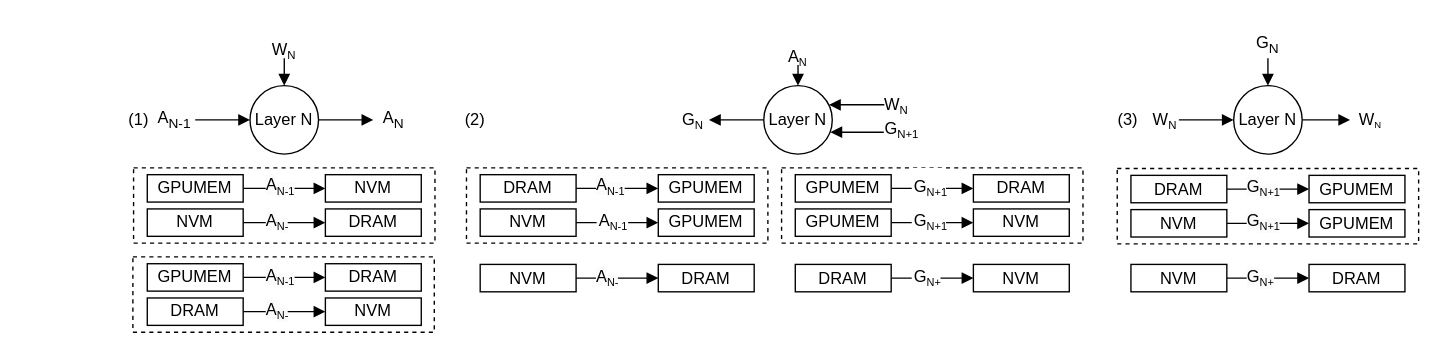
icszhr/NCheck keeps this draw.io diagram as fig/pipeline.drawio. Above is the earlier version. Source tidied: cells renumbered, new cells numbered last; positions are measured from the earlier drawing's top-left corner, leaving out a move shared by most shapes. Both pictures are drawn from the tidied source at 137%, with x=0, y=0 at pixel (97, 23).
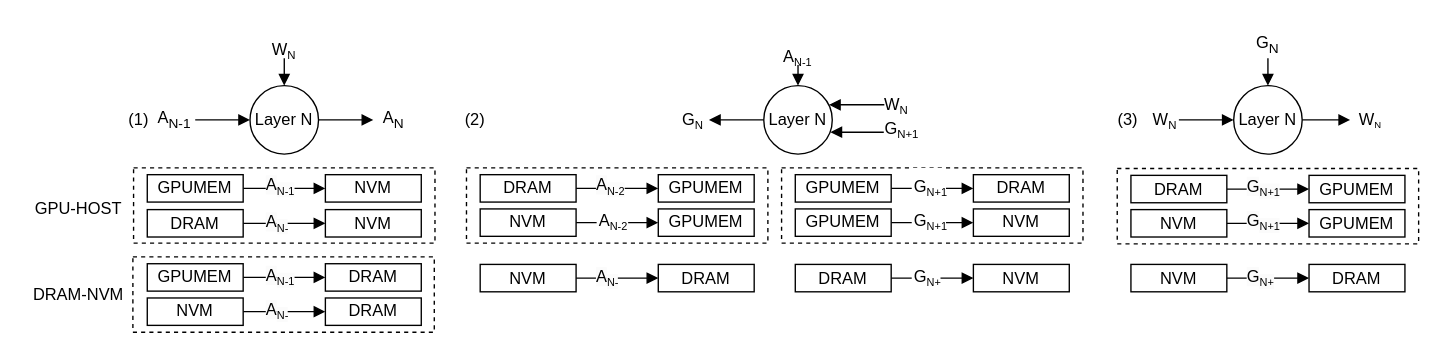
After the change.

Unchanged cells that the change refers to:
```xml
<mxCell id="50" style="group;" parent="1" vertex="1">
  <mxGeometry x="390" y="10" width="210" height="94" as="geometry" />
</mxCell>
```

What changed in the source:
```diff
@@
     <mxCell id="34" value="NVM" style="rounded=0;whiteSpace=wrap;html=1;" parent="1" vertex="1">
-      <mxGeometry x="36" y="135" width="70" height="20" as="geometry" />
+      <mxGeometry x="36" y="200" width="70" height="20" as="geometry" />
     </mxCell>
     <mxCell id="35" value="DRAM" style="rounded=0;whiteSpace=wrap;html=1;" parent="1" vertex="1">
-      <mxGeometry x="166" y="135" width="70" height="20" as="geometry" />
+      <mxGeometry x="166" y="200" width="70" height="20" as="geometry" />
     </mxCell>
@@
-    <mxCell id="39" value="&lt;div style=&quot;text-align: center;&quot;&gt;A&lt;sub&gt;&lt;font style=&quot;font-size: 8px;&quot;&gt;N-1&lt;/font&gt;&lt;/sub&gt;&lt;br&gt;&lt;/div&gt;" style="text;whiteSpace=wrap;html=1;fillColor=default;" parent="1" vertex="1">
+    <mxCell id="39" value="&lt;div style=&quot;text-align: center;&quot;&gt;A&lt;sub&gt;&lt;font style=&quot;font-size: 8px;&quot;&gt;N-2&lt;/font&gt;&lt;/sub&gt;&lt;br&gt;&lt;/div&gt;" style="text;whiteSpace=wrap;html=1;fillColor=default;" parent="1" vertex="1">
       <mxGeometry x="364" y="130" width="23" height="20" as="geometry" />
     </mxCell>
@@
     <mxCell id="42" value="DRAM" style="rounded=0;whiteSpace=wrap;html=1;" parent="1" vertex="1">
-      <mxGeometry x="36" y="200" width="70" height="20" as="geometry" />
+      <mxGeometry x="36" y="135.5" width="70" height="20" as="geometry" />
     </mxCell>
     <mxCell id="43" value="NVM" style="rounded=0;whiteSpace=wrap;html=1;" parent="1" vertex="1">
-      <mxGeometry x="166" y="200" width="70" height="20" as="geometry" />
+      <mxGeometry x="166" y="135.5" width="70" height="20" as="geometry" />
     </mxCell>
     <mxCell id="44" value="&lt;span style=&quot;color: rgb(0, 0, 0); font-family: Helvetica; font-size: 12px; font-style: normal; font-variant-ligatures: normal; font-variant-caps: normal; font-weight: 400; letter-spacing: normal; orphans: 2; text-align: center; text-indent: 0px; text-transform: none; widows: 2; word-spacing: 0px; -webkit-text-stroke-width: 0px; white-space: normal; background-color: rgb(251, 251, 251); text-decoration-thickness: initial; text-decoration-style: initial; text-decoration-color: initial; display: inline !important; float: none;&quot;&gt;A&lt;/span&gt;&lt;sub style=&quot;forced-color-adjust: none; color: rgb(0, 0, 0); font-family: Helvetica; font-style: normal; font-variant-ligatures: normal; font-variant-caps: normal; font-weight: 400; letter-spacing: normal; orphans: 2; text-align: center; text-indent: 0px; text-transform: none; widows: 2; word-spacing: 0px; -webkit-text-stroke-width: 0px; white-space: normal; background-color: rgb(251, 251, 251); text-decoration-thickness: initial; text-decoration-style: initial; text-decoration-color: initial;&quot;&gt;&lt;font style=&quot;font-size: 8px;&quot;&gt;N-&lt;/font&gt;&lt;/sub&gt;" style="text;whiteSpace=wrap;html=1;" parent="1" vertex="1">
-      <mxGeometry x="121" y="195" width="19" height="30" as="geometry" />
+      <mxGeometry x="121" y="130.5" width="19" height="30" as="geometry" />
     </mxCell>
     <mxCell id="45" value="&lt;span style=&quot;color: rgb(0, 0, 0); font-family: Helvetica; font-size: 12px; font-style: normal; font-variant-ligatures: normal; font-variant-caps: normal; font-weight: 400; letter-spacing: normal; orphans: 2; text-align: center; text-indent: 0px; text-transform: none; widows: 2; word-spacing: 0px; -webkit-text-stroke-width: 0px; white-space: normal; background-color: rgb(251, 251, 251); text-decoration-thickness: initial; text-decoration-style: initial; text-decoration-color: initial; display: inline !important; float: none;&quot;&gt;A&lt;/span&gt;&lt;sub style=&quot;forced-color-adjust: none; color: rgb(0, 0, 0); font-family: Helvetica; font-style: normal; font-variant-ligatures: normal; font-variant-caps: normal; font-weight: 400; letter-spacing: normal; orphans: 2; text-align: center; text-indent: 0px; text-transform: none; widows: 2; word-spacing: 0px; -webkit-text-stroke-width: 0px; white-space: normal; background-color: rgb(251, 251, 251); text-decoration-thickness: initial; text-decoration-style: initial; text-decoration-color: initial;&quot;&gt;&lt;font style=&quot;font-size: 8px;&quot;&gt;N-&lt;/font&gt;&lt;/sub&gt;" style="text;whiteSpace=wrap;html=1;" parent="1" vertex="1">
-      <mxGeometry x="121" y="130" width="30" height="30" as="geometry" />
+      <mxGeometry x="121" y="195" width="30" height="30" as="geometry" />
     </mxCell>
@@
-    <mxCell id="58" value="A&lt;sub&gt;&lt;font style=&quot;font-size: 8px;&quot;&gt;N&lt;/font&gt;&lt;/sub&gt;" style="text;html=1;align=center;verticalAlign=middle;whiteSpace=wrap;rounded=0;" parent="50" vertex="1">
+    <mxCell id="58" value="A&lt;sub&gt;&lt;font style=&quot;font-size: 8px;&quot;&gt;N-1&lt;/font&gt;&lt;/sub&gt;" style="text;html=1;align=center;verticalAlign=middle;whiteSpace=wrap;rounded=0;" parent="50" vertex="1">
       <mxGeometry x="91" width="60" height="30" as="geometry" />
     </mxCell>
@@
-    <mxCell id="60" value="&lt;span style=&quot;color: rgb(0, 0, 0); font-family: Helvetica; font-size: 12px; font-style: normal; font-variant-ligatures: normal; font-variant-caps: normal; font-weight: 400; letter-spacing: normal; orphans: 2; text-align: center; text-indent: 0px; text-transform: none; widows: 2; word-spacing: 0px; -webkit-text-stroke-width: 0px; white-space: normal; background-color: rgb(251, 251, 251); text-decoration-thickness: initial; text-decoration-style: initial; text-decoration-color: initial; display: inline !important; float: none;&quot;&gt;A&lt;/span&gt;&lt;sub style=&quot;forced-color-adjust: none; color: rgb(0, 0, 0); font-family: Helvetica; font-style: normal; font-variant-ligatures: normal; font-variant-caps: normal; font-weight: 400; letter-spacing: normal; orphans: 2; text-align: center; text-indent: 0px; text-transform: none; widows: 2; word-spacing: 0px; -webkit-text-stroke-width: 0px; white-space: normal; background-color: rgb(251, 251, 251); text-decoration-thickness: initial; text-decoration-style: initial; text-decoration-color: initial;&quot;&gt;&lt;font style=&quot;font-size: 8px;&quot;&gt;N-1&lt;/font&gt;&lt;/sub&gt;" style="text;whiteSpace=wrap;html=1;" parent="1" vertex="1">
+    <mxCell id="60" value="&lt;span style=&quot;color: rgb(0, 0, 0); font-family: Helvetica; font-size: 12px; font-style: normal; font-variant-ligatures: normal; font-variant-caps: normal; font-weight: 400; letter-spacing: normal; orphans: 2; text-align: center; text-indent: 0px; text-transform: none; widows: 2; word-spacing: 0px; -webkit-text-stroke-width: 0px; white-space: normal; background-color: rgb(251, 251, 251); text-decoration-thickness: initial; text-decoration-style: initial; text-decoration-color: initial; display: inline !important; float: none;&quot;&gt;A&lt;/span&gt;&lt;sub style=&quot;forced-color-adjust: none; color: rgb(0, 0, 0); font-family: Helvetica; font-style: normal; font-variant-ligatures: normal; font-variant-caps: normal; font-weight: 400; letter-spacing: normal; orphans: 2; text-align: center; text-indent: 0px; text-transform: none; widows: 2; word-spacing: 0px; -webkit-text-stroke-width: 0px; white-space: normal; background-color: rgb(251, 251, 251); text-decoration-thickness: initial; text-decoration-style: initial; text-decoration-color: initial;&quot;&gt;&lt;font style=&quot;font-size: 8px;&quot;&gt;N-2&lt;/font&gt;&lt;/sub&gt;" style="text;whiteSpace=wrap;html=1;" parent="1" vertex="1">
       <mxGeometry x="362" y="104" width="30" height="30" as="geometry" />
     </mxCell>
@@
+    <mxCell id="86" value="GPU-HOST" style="text;html=1;align=center;verticalAlign=middle;whiteSpace=wrap;rounded=0;" parent="1" vertex="1">
+      <mxGeometry x="-54" y="120" width="80" height="30" as="geometry" />
+    </mxCell>
+    <mxCell id="87" value="DRAM-NVM" style="text;html=1;align=center;verticalAlign=middle;whiteSpace=wrap;rounded=0;" parent="1" vertex="1">
+      <mxGeometry x="-54.5" y="182.5" width="80" height="30" as="geometry" />
+    </mxCell>
```
